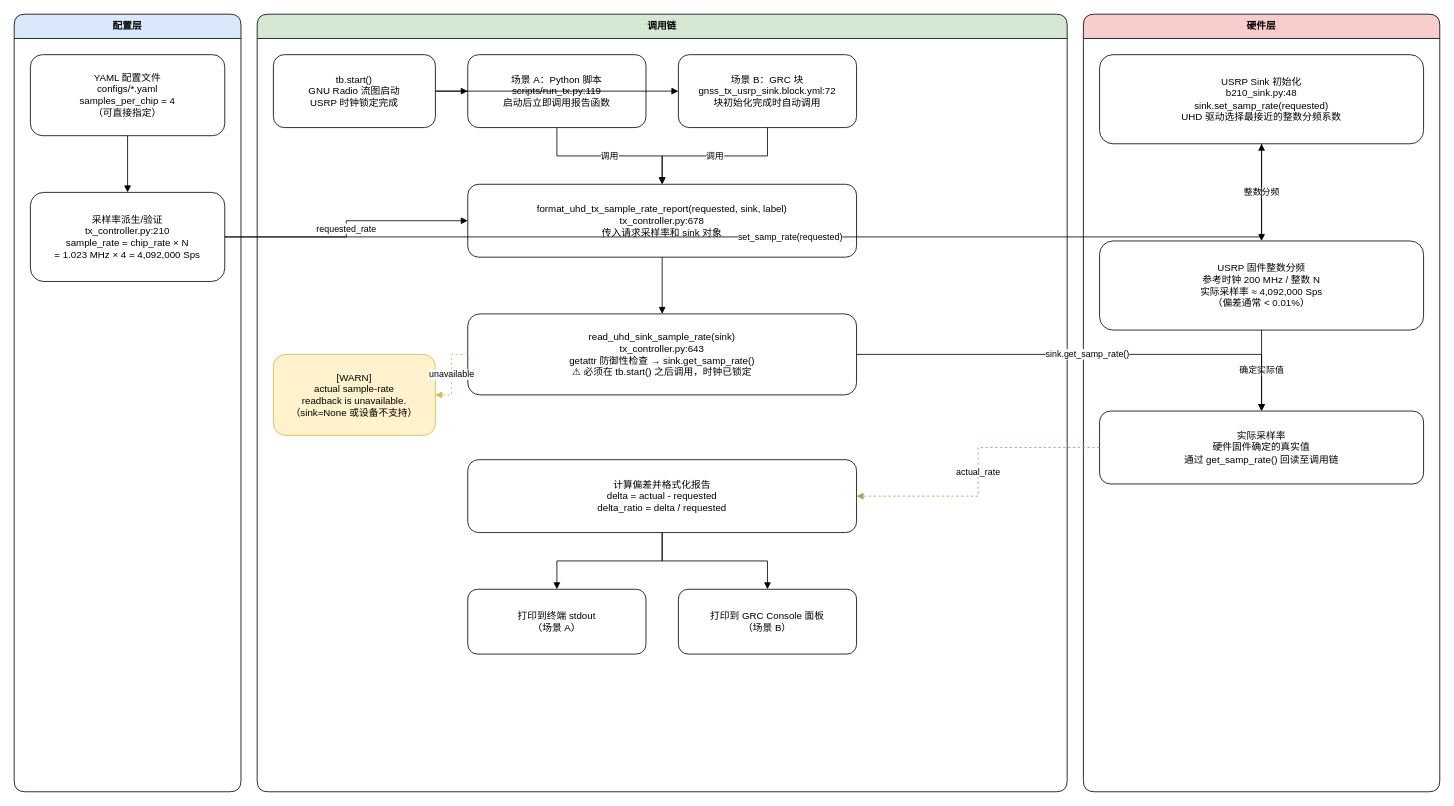
Before: docs/design/actual_sample_rate_detection.drawio in SHENAO1/gnss_tx, a draw.io diagram. Source tidied: cells renumbered, new cells numbered last; positions are measured from the earlier drawing's top-left corner, leaving out a move shared by most shapes. Both pictures are drawn from the tidied source at 81%, with x=0, y=0 at pixel (14, 14).
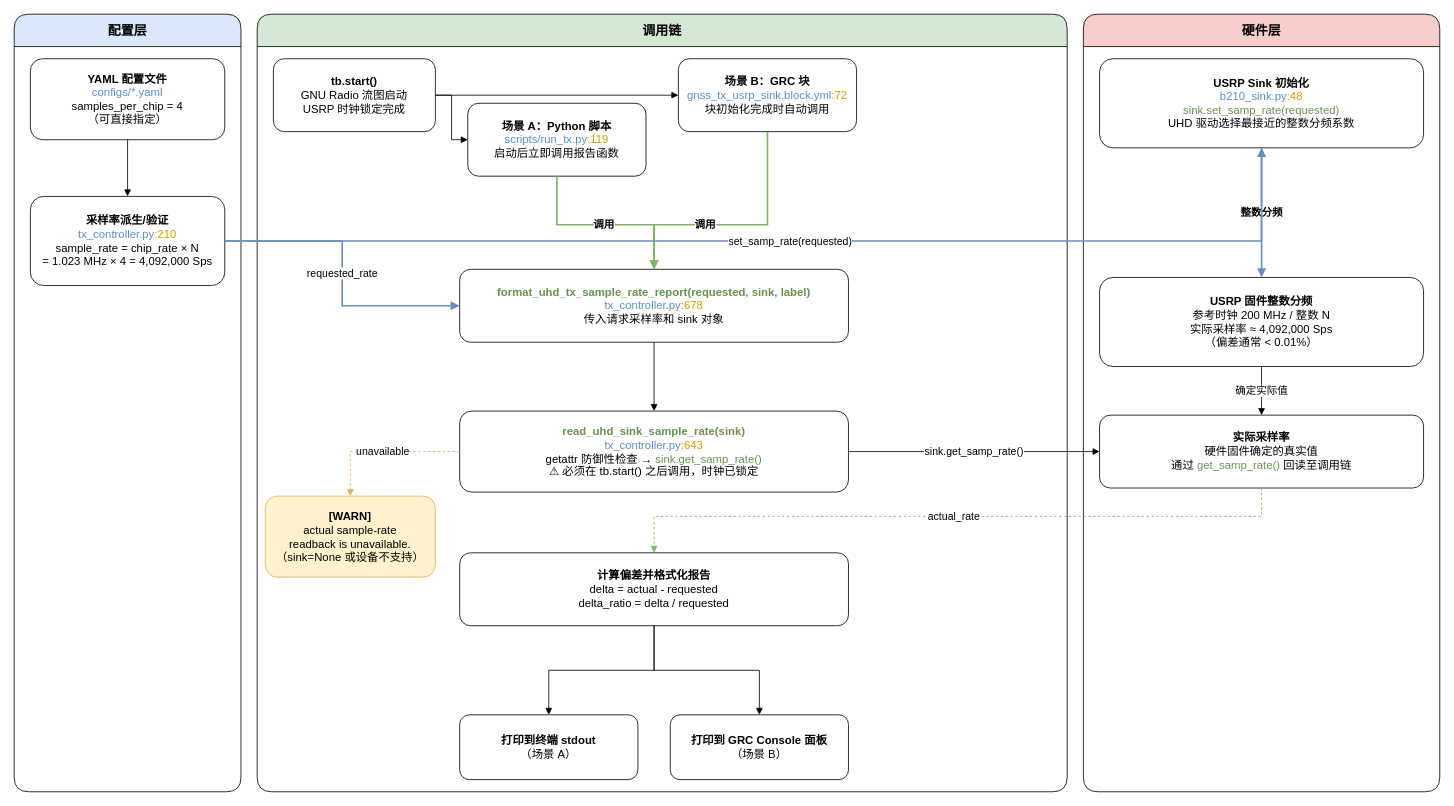
The same diagram, later.

Commit message (it also covers changes not shown here):
docs: update sample rate design, BER loopback TX plan and add AD9361 datasheet

What changed in the source:
```diff
@@
-    <mxCell id="2" value="配置层" style="swimlane;html=1;whiteSpace=wrap;rounded=1;horizontal=1;startSize=30;strokeColor=default;fillColor=#DAE8FC;fontStyle=1;" parent="1" vertex="1">
+    <mxCell id="2" value="配置层" style="swimlane;html=1;whiteSpace=wrap;rounded=1;horizontal=1;startSize=40;strokeColor=default;fillColor=#DAE8FC;fontStyle=1;fontSize=16;" parent="1" vertex="1">
       <mxGeometry width="280" height="960" as="geometry" />
     </mxCell>
-    <mxCell id="3" value="调用链" style="swimlane;html=1;whiteSpace=wrap;rounded=1;horizontal=1;startSize=30;strokeColor=default;fillColor=#D5E8D4;fontStyle=1;" parent="1" vertex="1">
-      <mxGeometry x="300" width="1000" height="960" as="geometry" />
-    </mxCell>
-    <mxCell id="4" value="硬件层" style="swimlane;html=1;whiteSpace=wrap;rounded=1;horizontal=1;startSize=30;strokeColor=default;fillColor=#F8CECC;fontStyle=1;" parent="1" vertex="1">
-      <mxGeometry x="1320" width="440" height="960" as="geometry" />
-    </mxCell>
-    <mxCell id="5" value="YAML 配置文件&#10;configs/*.yaml&#10;samples_per_chip = 4&#10;（可直接指定）" style="rounded=1;whiteSpace=wrap;html=1;align=center;verticalAlign=middle;spacing=6;strokeColor=default;fillColor=#ffffff;" parent="2" vertex="1">
-      <mxGeometry x="20" y="50" width="240" height="100" as="geometry" />
+    <mxCell id="5" value="&lt;b&gt;YAML 配置文件&lt;/b&gt;&#10;&lt;font color=&quot;#5b8dc9&quot;&gt;configs/*.yaml&lt;/font&gt;&#10;samples_per_chip = 4&#10;（可直接指定）" style="rounded=1;whiteSpace=wrap;html=1;align=center;verticalAlign=middle;spacing=6;strokeColor=default;fillColor=#ffffff;fontSize=14;" parent="2" vertex="1">
+      <mxGeometry x="20" y="55" width="240" height="100" as="geometry" />
     </mxCell>
-    <mxCell id="6" value="采样率派生/验证&#10;tx_controller.py:210&#10;sample_rate = chip_rate × N&#10;= 1.023 MHz × 4 = 4,092,000 Sps" style="rounded=1;whiteSpace=wrap;html=1;align=center;verticalAlign=middle;spacing=6;strokeColor=default;fillColor=#ffffff;" parent="2" vertex="1">
-      <mxGeometry x="20" y="220" width="240" height="110" as="geometry" />
+    <mxCell id="6" value="&lt;b&gt;采样率派生/验证&lt;/b&gt;&#10;&lt;font color=&quot;#5b8dc9&quot;&gt;tx_controller.py&lt;/font&gt;&lt;font color=&quot;#d79b00&quot;&gt;:210&lt;/font&gt;&#10;sample_rate = chip_rate × N&#10;= 1.023 MHz × 4 = 4,092,000 Sps" style="rounded=1;whiteSpace=wrap;html=1;align=center;verticalAlign=middle;spacing=6;strokeColor=default;fillColor=#ffffff;fontSize=14;" parent="2" vertex="1">
+      <mxGeometry x="20" y="225" width="240" height="110" as="geometry" />
     </mxCell>
@@
+    <mxCell id="3" value="调用链" style="swimlane;html=1;whiteSpace=wrap;rounded=1;horizontal=1;startSize=40;strokeColor=default;fillColor=#D5E8D4;fontStyle=1;fontSize=16;" parent="1" vertex="1">
+      <mxGeometry x="300" width="1000" height="960" as="geometry" />
+    </mxCell>
-    <mxCell id="8" value="tb.start()&#10;GNU Radio 流图启动&#10;USRP 时钟锁定完成" style="rounded=1;whiteSpace=wrap;html=1;align=center;verticalAlign=middle;spacing=6;strokeColor=default;fillColor=#ffffff;" parent="3" vertex="1">
-      <mxGeometry x="20" y="50" width="200" height="90" as="geometry" />
+    <mxCell id="8" value="&lt;b&gt;tb.start()&lt;/b&gt;&#10;GNU Radio 流图启动&#10;USRP 时钟锁定完成" style="rounded=1;whiteSpace=wrap;html=1;align=center;verticalAlign=middle;spacing=6;strokeColor=default;fillColor=#ffffff;fontSize=14;" parent="3" vertex="1">
+      <mxGeometry x="20" y="55" width="200" height="90" as="geometry" />
     </mxCell>
-    <mxCell id="9" value="场景 A：Python 脚本&#10;scripts/run_tx.py:119&#10;启动后立即调用报告函数" style="rounded=1;whiteSpace=wrap;html=1;align=center;verticalAlign=middle;spacing=6;strokeColor=default;fillColor=#ffffff;" parent="3" vertex="1">
-      <mxGeometry x="260" y="50" width="220" height="90" as="geometry" />
+    <mxCell id="9" value="&lt;b&gt;场景 A：Python 脚本&lt;/b&gt;&#10;&lt;font color=&quot;#5b8dc9&quot;&gt;scripts/run_tx.py&lt;/font&gt;&lt;font color=&quot;#d79b00&quot;&gt;:119&lt;/font&gt;&#10;启动后立即调用报告函数" style="rounded=1;whiteSpace=wrap;html=1;align=center;verticalAlign=middle;spacing=6;strokeColor=default;fillColor=#ffffff;fontSize=14;" parent="3" vertex="1">
+      <mxGeometry x="260" y="110" width="220" height="90" as="geometry" />
     </mxCell>
-    <mxCell id="10" value="场景 B：GRC 块&#10;gnss_tx_usrp_sink.block.yml:72&#10;块初始化完成时自动调用" style="rounded=1;whiteSpace=wrap;html=1;align=center;verticalAlign=middle;spacing=6;strokeColor=default;fillColor=#ffffff;" parent="3" vertex="1">
-      <mxGeometry x="520" y="50" width="220" height="90" as="geometry" />
+    <mxCell id="10" value="&lt;b&gt;场景 B：GRC 块&lt;/b&gt;&#10;&lt;font color=&quot;#5b8dc9&quot;&gt;gnss_tx_usrp_sink.block.yml&lt;/font&gt;&lt;font color=&quot;#d79b00&quot;&gt;:72&lt;/font&gt;&#10;块初始化完成时自动调用" style="rounded=1;whiteSpace=wrap;html=1;align=center;verticalAlign=middle;spacing=6;strokeColor=default;fillColor=#ffffff;fontSize=14;" parent="3" vertex="1">
+      <mxGeometry x="520" y="55" width="220" height="90" as="geometry" />
     </mxCell>
-    <mxCell id="11" value="format_uhd_tx_sample_rate_report(requested, sink, label)&#10;tx_controller.py:678&#10;传入请求采样率和 sink 对象" style="rounded=1;whiteSpace=wrap;html=1;align=center;verticalAlign=middle;spacing=6;strokeColor=default;fillColor=#ffffff;" parent="3" vertex="1">
-      <mxGeometry x="260" y="210" width="480" height="90" as="geometry" />
+    <mxCell id="11" value="&lt;b&gt;&lt;font color=&quot;#6a9153&quot;&gt;format_uhd_tx_sample_rate_report(requested, sink, label)&lt;/font&gt;&lt;/b&gt;&#10;&lt;font color=&quot;#5b8dc9&quot;&gt;tx_controller.py&lt;/font&gt;&lt;font color=&quot;#d79b00&quot;&gt;:678&lt;/font&gt;&#10;传入请求采样率和 sink 对象" style="rounded=1;whiteSpace=wrap;html=1;align=center;verticalAlign=middle;spacing=6;strokeColor=default;fillColor=#ffffff;fontSize=14;" parent="3" vertex="1">
+      <mxGeometry x="250" y="315" width="480" height="90" as="geometry" />
     </mxCell>
-    <mxCell id="12" value="read_uhd_sink_sample_rate(sink)&#10;tx_controller.py:643&#10;getattr 防御性检查 → sink.get_samp_rate()&#10;⚠ 必须在 tb.start() 之后调用，时钟已锁定" style="rounded=1;whiteSpace=wrap;html=1;align=center;verticalAlign=middle;spacing=6;strokeColor=default;fillColor=#ffffff;" parent="3" vertex="1">
-      <mxGeometry x="260" y="370" width="480" height="100" as="geometry" />
+    <mxCell id="12" value="&lt;b&gt;&lt;font color=&quot;#6a9153&quot;&gt;read_uhd_sink_sample_rate(sink)&lt;/font&gt;&lt;/b&gt;&#10;&lt;font color=&quot;#5b8dc9&quot;&gt;tx_controller.py&lt;/font&gt;&lt;font color=&quot;#d79b00&quot;&gt;:643&lt;/font&gt;&#10;getattr 防御性检查 → &lt;font color=&quot;#6a9153&quot;&gt;sink.get_samp_rate()&lt;/font&gt;&#10;⚠ 必须在 tb.start() 之后调用，时钟已锁定" style="rounded=1;whiteSpace=wrap;html=1;align=center;verticalAlign=middle;spacing=6;strokeColor=default;fillColor=#ffffff;fontSize=14;" parent="3" vertex="1">
+      <mxGeometry x="250" y="490" width="480" height="100" as="geometry" />
     </mxCell>
-    <mxCell id="13" value="[WARN]&#10;actual sample-rate&#10;readback is unavailable.&#10;（sink=None 或设备不支持）" style="rounded=1;whiteSpace=wrap;html=1;align=center;verticalAlign=middle;spacing=6;strokeColor=#D6B656;fillColor=#FFF2CC;" parent="3" vertex="1">
-      <mxGeometry x="20" y="420" width="200" height="100" as="geometry" />
+    <mxCell id="13" value="&lt;b&gt;[WARN]&lt;/b&gt;&#10;actual sample-rate&#10;readback is unavailable.&#10;（sink=None 或设备不支持）" style="rounded=1;whiteSpace=wrap;html=1;align=center;verticalAlign=middle;spacing=6;strokeColor=#D6B656;fillColor=#FFF2CC;fontSize=14;" parent="3" vertex="1">
+      <mxGeometry x="10" y="595" width="210" height="100" as="geometry" />
     </mxCell>
-    <mxCell id="14" value="计算偏差并格式化报告&#10;delta = actual - requested&#10;delta_ratio = delta / requested" style="rounded=1;whiteSpace=wrap;html=1;align=center;verticalAlign=middle;spacing=6;strokeColor=default;fillColor=#ffffff;" parent="3" vertex="1">
-      <mxGeometry x="260" y="550" width="480" height="90" as="geometry" />
+    <mxCell id="14" value="&lt;b&gt;计算偏差并格式化报告&lt;/b&gt;&#10;delta = actual - requested&#10;delta_ratio = delta / requested" style="rounded=1;whiteSpace=wrap;html=1;align=center;verticalAlign=middle;spacing=6;strokeColor=default;fillColor=#ffffff;fontSize=14;" parent="3" vertex="1">
+      <mxGeometry x="250" y="665" width="480" height="90" as="geometry" />
     </mxCell>
-    <mxCell id="15" value="打印到终端 stdout&#10;（场景 A）" style="rounded=1;whiteSpace=wrap;html=1;align=center;verticalAlign=middle;spacing=6;strokeColor=default;fillColor=#ffffff;" parent="3" vertex="1">
-      <mxGeometry x="260" y="710" width="220" height="80" as="geometry" />
+    <mxCell id="15" value="&lt;b&gt;打印到终端 stdout&lt;/b&gt;&#10;（场景 A）" style="rounded=1;whiteSpace=wrap;html=1;align=center;verticalAlign=middle;spacing=6;strokeColor=default;fillColor=#ffffff;fontSize=14;" parent="3" vertex="1">
+      <mxGeometry x="250" y="865" width="220" height="80" as="geometry" />
     </mxCell>
-    <mxCell id="16" value="打印到 GRC Console 面板&#10;（场景 B）" style="rounded=1;whiteSpace=wrap;html=1;align=center;verticalAlign=middle;spacing=6;strokeColor=default;fillColor=#ffffff;" parent="3" vertex="1">
-      <mxGeometry x="520" y="710" width="220" height="80" as="geometry" />
+    <mxCell id="16" value="&lt;b&gt;打印到 GRC Console 面板&lt;/b&gt;&#10;（场景 B）" style="rounded=1;whiteSpace=wrap;html=1;align=center;verticalAlign=middle;spacing=6;strokeColor=default;fillColor=#ffffff;fontSize=14;" parent="3" vertex="1">
+      <mxGeometry x="510" y="865" width="220" height="80" as="geometry" />
     </mxCell>
@@
-    <mxCell id="19" value="调用" style="edgeStyle=orthogonalEdgeStyle;rounded=0;jettySize=auto;html=1;strokeColor=default;endArrow=block;endFill=1;" parent="3" edge="1" source="9" target="11">
-      <mxGeometry relative="1" as="geometry" />
+    <mxCell id="19" value="&lt;b&gt;调用&lt;/b&gt;" style="edgeStyle=orthogonalEdgeStyle;rounded=0;jettySize=auto;html=1;strokeColor=#82b366;endArrow=block;endFill=1;fillColor=#d5e8d4;strokeWidth=2;fontSize=13;" parent="3" edge="1" source="9" target="11">
+      <mxGeometry relative="1" as="geometry">
+        <Array as="points">
+          <mxPoint x="370" y="260" />
+          <mxPoint x="490" y="260" />
+        </Array>
+      </mxGeometry>
     </mxCell>
-    <mxCell id="20" value="调用" style="edgeStyle=orthogonalEdgeStyle;rounded=0;jettySize=auto;html=1;strokeColor=default;endArrow=block;endFill=1;" parent="3" edge="1" source="10" target="11">
-      <mxGeometry relative="1" as="geometry" />
+    <mxCell id="20" value="&lt;b&gt;调用&lt;/b&gt;" style="edgeStyle=orthogonalEdgeStyle;rounded=0;jettySize=auto;html=1;strokeColor=#82b366;endArrow=block;endFill=1;fillColor=#d5e8d4;strokeWidth=2;fontSize=13;" parent="3" edge="1" source="10" target="11">
+      <mxGeometry x="0.23" relative="1" as="geometry">
+        <Array as="points">
+          <mxPoint x="630" y="260" />
+          <mxPoint x="490" y="260" />
+        </Array>
+        <mxPoint x="-1" as="offset" />
+      </mxGeometry>
     </mxCell>
@@
-    <mxCell id="22" value="unavailable" style="edgeStyle=orthogonalEdgeStyle;rounded=0;jettySize=auto;html=1;strokeColor=#D6B656;dashed=1;endArrow=block;endFill=1;" parent="3" edge="1" source="12" target="13">
+    <mxCell id="22" value="unavailable" style="edgeStyle=orthogonalEdgeStyle;rounded=0;jettySize=auto;html=1;strokeColor=#D6B656;dashed=1;endArrow=block;endFill=1;fontSize=13;" parent="3" edge="1" source="12" target="13">
       <mxGeometry relative="1" as="geometry" />
     </mxCell>
@@
+    <mxCell id="4" value="硬件层" style="swimlane;html=1;whiteSpace=wrap;rounded=1;horizontal=1;startSize=40;strokeColor=default;fillColor=#F8CECC;fontStyle=1;fontSize=16;" parent="1" vertex="1">
+      <mxGeometry x="1320" width="440" height="960" as="geometry" />
+    </mxCell>
-    <mxCell id="25" value="USRP Sink 初始化&#10;b210_sink.py:48&#10;sink.set_samp_rate(requested)&#10;UHD 驱动选择最接近的整数分频系数" style="rounded=1;whiteSpace=wrap;html=1;align=center;verticalAlign=middle;spacing=6;strokeColor=default;fillColor=#ffffff;" parent="4" vertex="1">
-      <mxGeometry x="20" y="50" width="400" height="110" as="geometry" />
+    <mxCell id="25" value="&lt;b&gt;USRP Sink 初始化&lt;/b&gt;&#10;&lt;font color=&quot;#5b8dc9&quot;&gt;b210_sink.py&lt;/font&gt;&lt;font color=&quot;#d79b00&quot;&gt;:48&lt;/font&gt;&#10;&lt;font color=&quot;#6a9153&quot;&gt;sink.set_samp_rate(requested)&lt;/font&gt;&#10;UHD 驱动选择最接近的整数分频系数" style="rounded=1;whiteSpace=wrap;html=1;align=center;verticalAlign=middle;spacing=6;strokeColor=default;fillColor=#ffffff;fontSize=14;" parent="4" vertex="1">
+      <mxGeometry x="20" y="55" width="400" height="110" as="geometry" />
     </mxCell>
-    <mxCell id="26" value="USRP 固件整数分频&#10;参考时钟 200 MHz / 整数 N&#10;实际采样率 ≈ 4,092,000 Sps&#10;（偏差通常 &lt; 0.01%）" style="rounded=1;whiteSpace=wrap;html=1;align=center;verticalAlign=middle;spacing=6;strokeColor=default;fillColor=#ffffff;" parent="4" vertex="1">
-      <mxGeometry x="20" y="280" width="400" height="110" as="geometry" />
+    <mxCell id="26" value="&lt;b&gt;USRP 固件整数分频&lt;/b&gt;&#10;参考时钟 200 MHz / 整数 N&#10;实际采样率 ≈ 4,092,000 Sps&#10;（偏差通常 &lt; 0.01%）" style="rounded=1;whiteSpace=wrap;html=1;align=center;verticalAlign=middle;spacing=6;strokeColor=default;fillColor=#ffffff;fontSize=14;" parent="4" vertex="1">
+      <mxGeometry x="20" y="325" width="400" height="110" as="geometry" />
     </mxCell>
-    <mxCell id="27" value="实际采样率&#10;硬件固件确定的真实值&#10;通过 get_samp_rate() 回读至调用链" style="rounded=1;whiteSpace=wrap;html=1;align=center;verticalAlign=middle;spacing=6;strokeColor=default;fillColor=#ffffff;" parent="4" vertex="1">
-      <mxGeometry x="20" y="490" width="400" height="90" as="geometry" />
+    <mxCell id="27" value="&lt;b&gt;实际采样率&lt;/b&gt;&#10;硬件固件确定的真实值&#10;通过 &lt;font color=&quot;#6a9153&quot;&gt;get_samp_rate()&lt;/font&gt; 回读至调用链" style="rounded=1;whiteSpace=wrap;html=1;align=center;verticalAlign=middle;spacing=6;strokeColor=default;fillColor=#ffffff;fontSize=14;" parent="4" vertex="1">
+      <mxGeometry x="20" y="495" width="400" height="90" as="geometry" />
     </mxCell>
+    <mxCell id="29" value="确定实际值" style="edgeStyle=orthogonalEdgeStyle;rounded=0;jettySize=auto;html=1;strokeColor=default;endArrow=block;endFill=1;fontSize=13;" parent="4" edge="1" source="26" target="27">
+      <mxGeometry relative="1" as="geometry" />
+    </mxCell>
-    <mxCell id="28" value="整数分频" style="edgeStyle=orthogonalEdgeStyle;rounded=0;jettySize=auto;html=1;strokeColor=default;endArrow=block;endFill=1;" parent="4" edge="1" source="25" target="26">
+    <mxCell id="28" value="&lt;b&gt;整数分频&lt;/b&gt;" style="edgeStyle=orthogonalEdgeStyle;rounded=0;jettySize=auto;html=1;strokeColor=#6c8ebf;endArrow=block;endFill=1;fillColor=#dae8fc;strokeWidth=2;fontSize=13;" parent="4" edge="1" source="25" target="26">
       <mxGeometry relative="1" as="geometry" />
     </mxCell>
-    <mxCell id="29" value="确定实际值" style="edgeStyle=orthogonalEdgeStyle;rounded=0;jettySize=auto;html=1;strokeColor=default;endArrow=block;endFill=1;" parent="4" edge="1" source="26" target="27">
-      <mxGeometry relative="1" as="geometry" />
-    </mxCell>
-    <mxCell id="30" value="requested_rate" style="edgeStyle=orthogonalEdgeStyle;rounded=0;jettySize=auto;html=1;strokeColor=default;endArrow=block;endFill=1;" parent="1" edge="1" source="6" target="11">
+    <mxCell id="30" value="requested_rate" style="edgeStyle=orthogonalEdgeStyle;rounded=0;jettySize=auto;html=1;strokeColor=#6c8ebf;endArrow=block;endFill=1;fillColor=#dae8fc;strokeWidth=2;fontSize=13;" parent="1" edge="1" source="6" target="11">
       <mxGeometry relative="1" as="geometry" />
     </mxCell>
-    <mxCell id="31" value="set_samp_rate(requested)" style="edgeStyle=orthogonalEdgeStyle;rounded=0;jettySize=auto;html=1;strokeColor=default;endArrow=block;endFill=1;" parent="1" edge="1" source="6" target="25">
+    <mxCell id="31" value="set_samp_rate(requested)" style="edgeStyle=orthogonalEdgeStyle;rounded=0;jettySize=auto;html=1;strokeColor=#6c8ebf;endArrow=block;endFill=1;fillColor=#dae8fc;strokeWidth=2;fontSize=13;" parent="1" edge="1" source="6" target="25">
       <mxGeometry relative="1" as="geometry" />
     </mxCell>
-    <mxCell id="32" value="sink.get_samp_rate()" style="edgeStyle=orthogonalEdgeStyle;rounded=0;jettySize=auto;html=1;strokeColor=default;endArrow=block;endFill=1;" parent="1" edge="1" source="12" target="27">
+    <mxCell id="32" value="sink.get_samp_rate()" style="edgeStyle=orthogonalEdgeStyle;rounded=0;jettySize=auto;html=1;strokeColor=default;endArrow=block;endFill=1;fontSize=13;" parent="1" edge="1" source="12" target="27">
       <mxGeometry relative="1" as="geometry" />
     </mxCell>
-    <mxCell id="33" value="actual_rate" style="edgeStyle=orthogonalEdgeStyle;rounded=0;jettySize=auto;html=1;strokeColor=#82b366;dashed=1;endArrow=block;endFill=1;" parent="1" edge="1" source="27" target="14">
-      <mxGeometry relative="1" as="geometry" />
+    <mxCell id="33" value="actual_rate" style="edgeStyle=orthogonalEdgeStyle;rounded=0;jettySize=auto;html=1;strokeColor=#82b366;dashed=1;endArrow=block;endFill=1;fontSize=13;" parent="1" edge="1" source="27" target="14">
+      <mxGeometry relative="1" as="geometry">
+        <Array as="points">
+          <mxPoint x="1540" y="620" />
+          <mxPoint x="790" y="620" />
+        </Array>
+      </mxGeometry>
     </mxCell>
```
